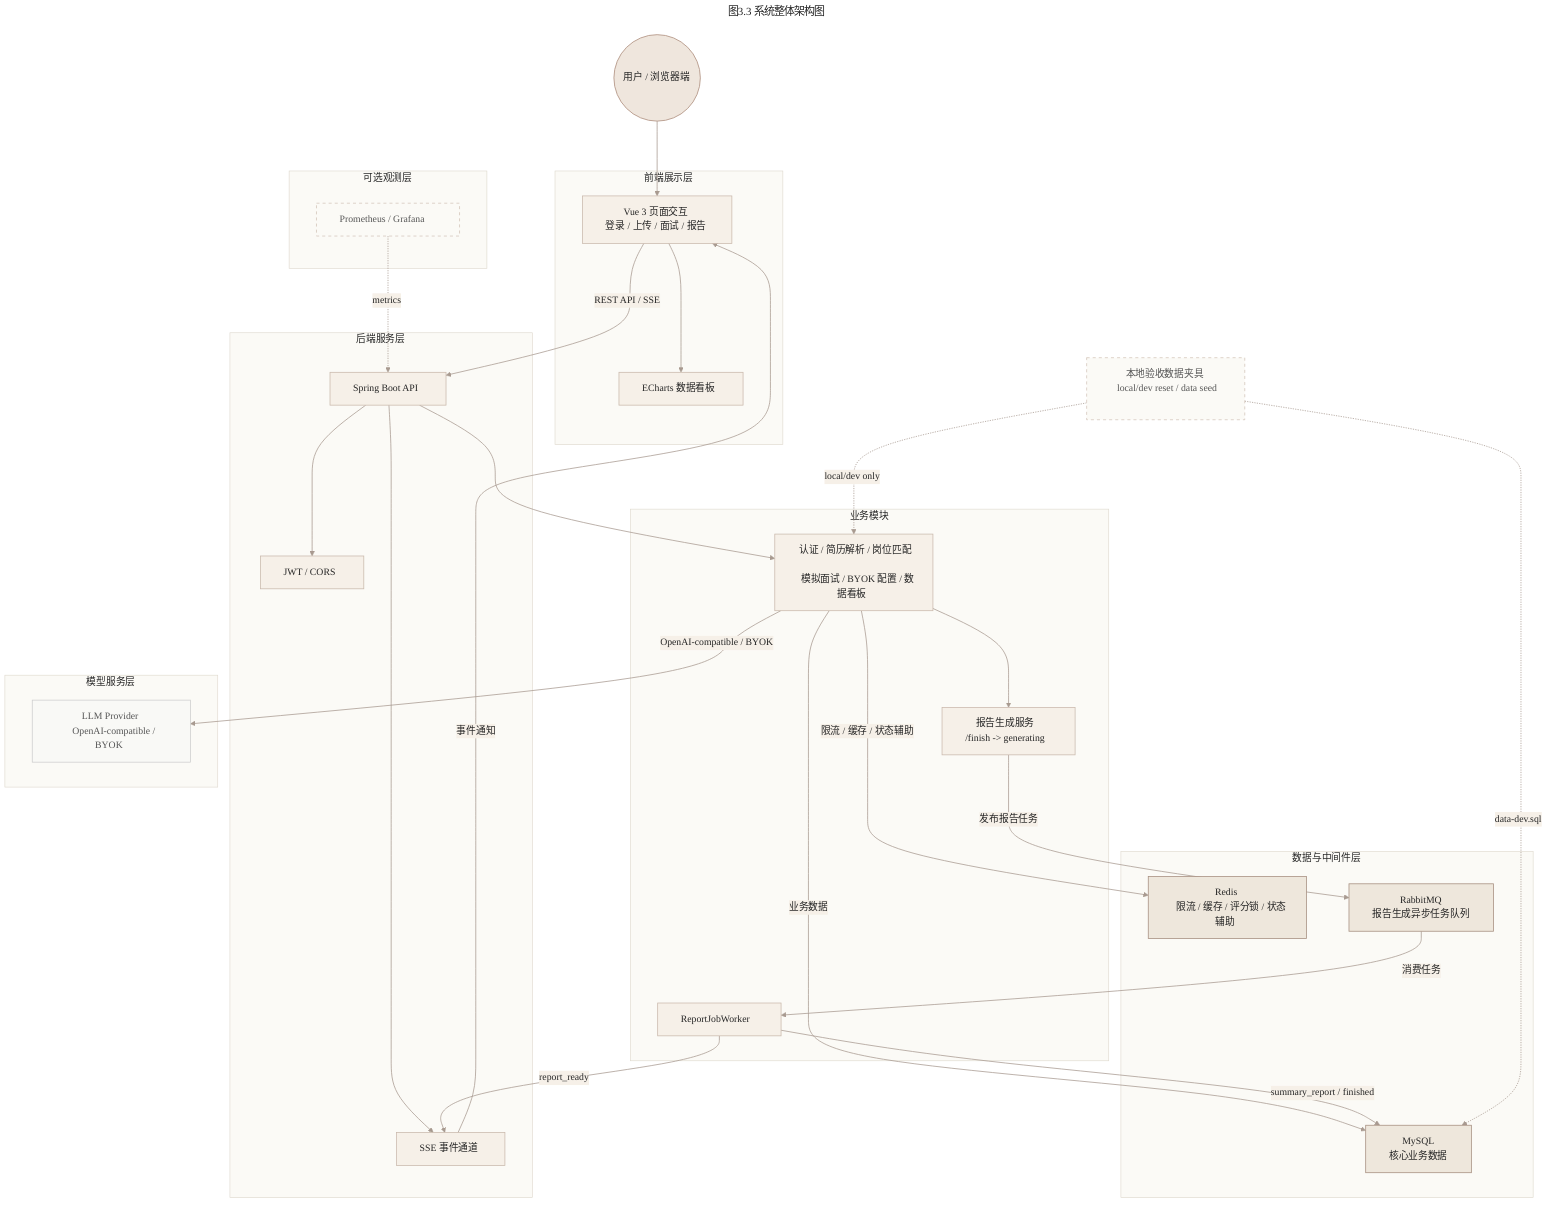
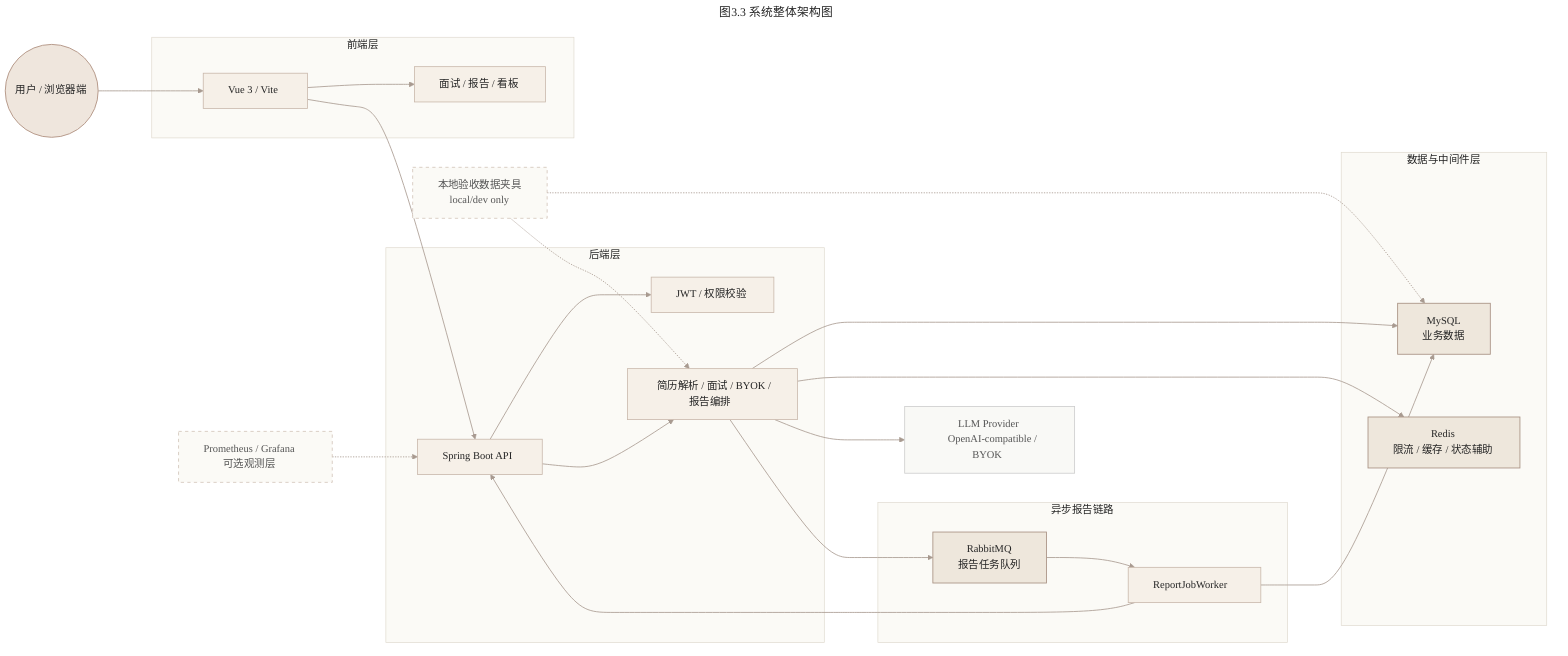
---
title: 图3.3 系统整体架构图
---
%%{init: {
  "theme": "base",
  "themeVariables": {
    "background": "#FAF8F2",
    "primaryColor": "#EFE6DD",
    "primaryBorderColor": "#B79A8B",
    "primaryTextColor": "#252525",
    "lineColor": "#A89A90",
    "secondaryColor": "#F6F0E8",
    "tertiaryColor": "#FBFAF6",
    "fontFamily": "system-ui, -apple-system, \"Microsoft YaHei\", sans-serif",
    "fontSize": "16px",
    "nodePadding": "16px"
  },
  "flowchart": {
    "nodeSpacing": 70,
    "rankSpacing": 82,
    "curve": "basis"
  }
}}%%
- flowchart TB
+ flowchart LR
  user((" &nbsp; 用户 / 浏览器端 &nbsp; "))

-   subgraph Frontend[" &nbsp; 前端展示层 &nbsp; "]
-     ui[" &nbsp; Vue 3 页面交互 &nbsp; <br/> &nbsp; 登录 / 上传 / 面试 / 报告 &nbsp; "]
-     chart[" &nbsp; ECharts 数据看板 &nbsp; "]
+   subgraph frontend[" &nbsp; 前端层 &nbsp; "]
+     vue[" &nbsp; Vue 3 / Vite &nbsp; "]
+     view[" &nbsp; 面试 / 报告 / 看板 &nbsp; "]
  end

-   subgraph Backend[" &nbsp; 后端服务层 &nbsp; "]
+   subgraph backend[" &nbsp; 后端层 &nbsp; "]
    api[" &nbsp; Spring Boot API &nbsp; "]
-     security[" &nbsp; JWT / CORS &nbsp; "]
-     sse[" &nbsp; SSE 事件通道 &nbsp; "]
+     auth[" &nbsp; JWT / 权限校验 &nbsp; "]
+     biz[" &nbsp; 简历解析 / 面试 / BYOK / 报告编排 &nbsp; "]
  end

-   subgraph Business[" &nbsp; 业务模块 &nbsp; "]
-     core[" &nbsp; 认证 / 简历解析 / 岗位匹配 &nbsp; <br/> &nbsp; 模拟面试 / BYOK 配置 / 数据看板 &nbsp; "]
-     report[" &nbsp; 报告生成服务 &nbsp; <br/> &nbsp; /finish -> generating &nbsp; "]
+   subgraph async[" &nbsp; 异步报告链路 &nbsp; "]
+     rabbit[" &nbsp; RabbitMQ &nbsp; <br/> &nbsp; 报告任务队列 &nbsp; "]
    worker[" &nbsp; ReportJobWorker &nbsp; "]
  end

-   subgraph Model[" &nbsp; 模型服务层 &nbsp; "]
-     llm[" &nbsp; LLM Provider &nbsp; <br/> &nbsp; OpenAI-compatible / BYOK &nbsp; "]
+   subgraph data[" &nbsp; 数据与中间件层 &nbsp; "]
+     mysql[" &nbsp; MySQL &nbsp; <br/> &nbsp; 业务数据 &nbsp; "]
+     redis[" &nbsp; Redis &nbsp; <br/> &nbsp; 限流 / 缓存 / 状态辅助 &nbsp; "]
  end

-   subgraph Data[" &nbsp; 数据与中间件层 &nbsp; "]
-     mysql[" &nbsp; MySQL &nbsp; <br/> &nbsp; 核心业务数据 &nbsp; "]
-     redis[" &nbsp; Redis &nbsp; <br/> &nbsp; 限流 / 缓存 / 评分锁 / 状态辅助 &nbsp; "]
-     rabbit[" &nbsp; RabbitMQ &nbsp; <br/> &nbsp; 报告生成异步任务队列 &nbsp; "]
-   end
+   llm[" &nbsp; LLM Provider &nbsp; <br/> &nbsp; OpenAI-compatible / BYOK &nbsp; "]
+   fixture[" &nbsp; 本地验收数据夹具 &nbsp; <br/> &nbsp; local/dev only &nbsp; "]
+   monitor[" &nbsp; Prometheus / Grafana &nbsp; <br/> &nbsp; 可选观测层 &nbsp; "]

-   subgraph Observability[" &nbsp; 可选观测层 &nbsp; "]
-     monitor[" &nbsp; Prometheus / Grafana &nbsp; "]
-   end
+   user --> vue
+   vue --> view
+   vue --> api

-   fixture[" &nbsp; 本地验收数据夹具 &nbsp; <br/> &nbsp; local/dev reset / data seed &nbsp; "]
+   api --> auth
+   api --> biz
+   biz --> mysql
+   biz --> redis
+   biz --> llm
+   biz --> rabbit
+   rabbit --> worker
+   worker --> mysql
+   worker --> api

-   user --> ui
-   ui --> chart
-   ui -->|REST API / SSE| api
-   api --> security
-   api --> core
-   api --> sse
- 
-   core -->|业务数据| mysql
-   core -->|限流 / 缓存 / 状态辅助| redis
-   core -->|OpenAI-compatible / BYOK| llm
-   core --> report
-   report -->|发布报告任务| rabbit
-   rabbit -->|消费任务| worker
-   worker -->|summary_report / finished| mysql
-   worker -->|report_ready| sse
-   sse -->|事件通知| ui
- 
-   fixture -.->|local/dev only| core
-   fixture -.->|data-dev.sql| mysql
-   monitor -.->|metrics| api
+   fixture -.-> biz
+   fixture -.-> mysql
+   monitor -.-> api

  classDef actor fill:#EFE6DD,stroke:#B79A8B,stroke-width:1.5px,color:#252525
  classDef layer fill:#FBFAF6,stroke:#DED8CD,color:#252525
  classDef main fill:#F6F0E8,stroke:#C8B7AA,stroke-width:1.2px,color:#252525
  classDef store fill:#EEE7DC,stroke:#A89183,stroke-width:1.3px,color:#252525
  classDef ext fill:#F9F9F6,stroke:#CCCCCC,stroke-width:1.2px,color:#555555
  classDef optional fill:#FBFAF6,stroke:#C8B7AA,stroke-dasharray: 5 5,color:#555555

  class user actor
-   class Frontend,Backend,Business,Model,Data,Observability layer
-   class ui,chart,api,security,sse,core,report,worker main
+   class frontend,backend,async,data layer
+   class vue,view,api,auth,biz,worker main
  class mysql,redis,rabbit store
  class llm ext
  class fixture,monitor optional
  linkStyle default stroke:#A89A90,stroke-width:1.25px
